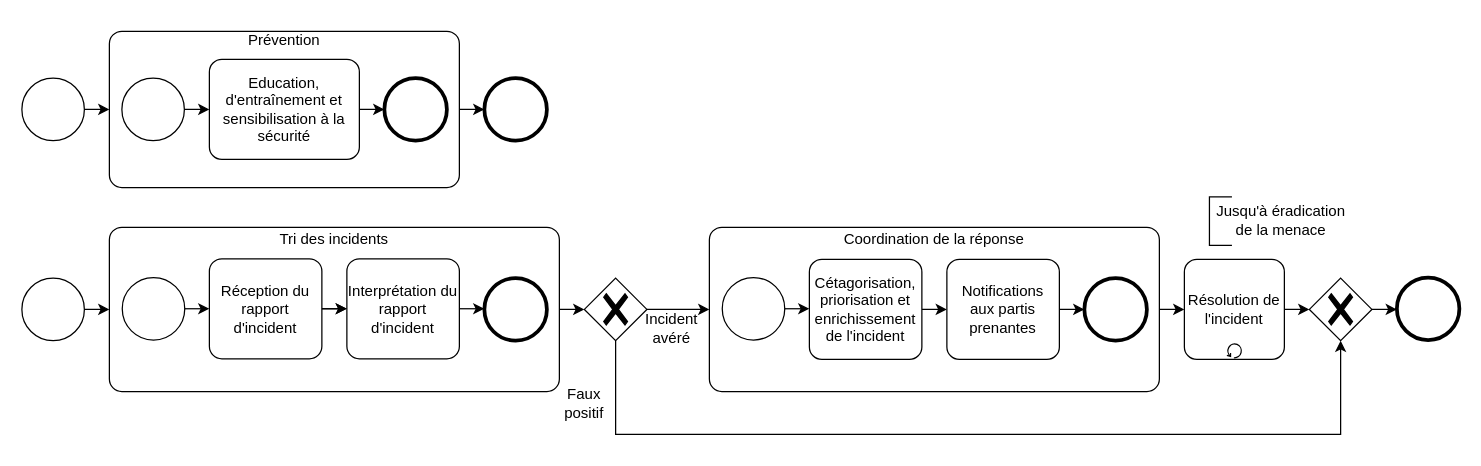
netmme/cyber-diagramme-d-activites keeps this draw.io diagram as Untitled Diagram.drawio. Above is the earlier version. Source tidied: cells renumbered, new cells numbered last; positions are measured from the earlier drawing's top-left corner, leaving out a move shared by most shapes. Both pictures are drawn from the tidied source at 125%, with x=0, y=0 at pixel (21, 21).
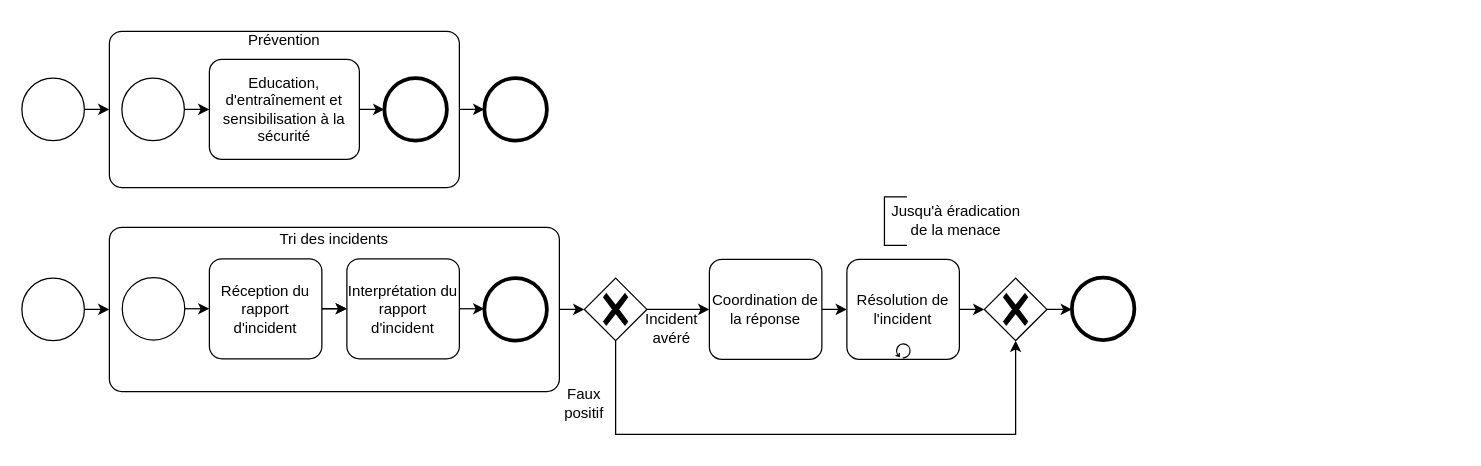
The same diagram, later.

Commit message:
coordination de la réponse enlevée pour plus de cohérence

The change refers to these unchanged cells:
```xml
<mxCell id="10" style="points=[[0.25,0.25,0],[0.5,0,0],[0.75,0.25,0],[1,0.5,0],[0.75,0.75,0],[0.5,1,0],[0.25,0.75,0],[0,0.5,0]];shape=mxgraph.bpmn.gateway2;html=1;verticalLabelPosition=bottom;labelBackgroundColor=#ffffff;verticalAlign=top;align=center;perimeter=rhombusPerimeter;outlineConnect=0;outline=none;symbol=none;gwType=exclusive;" parent="1" vertex="1">
  <mxGeometry x="450" y="205" width="50" height="50" as="geometry" />
</mxCell>
```

Diff of the diagram source:
```diff
@@
-    <mxCell id="2" style="points=[[0.25,0,0],[0.5,0,0],[0.75,0,0],[1,0.25,0],[1,0.5,0],[1,0.75,0],[0.75,1,0],[0.5,1,0],[0.25,1,0],[0,0.75,0],[0,0.5,0],[0,0.25,0]];shape=mxgraph.bpmn.task;whiteSpace=wrap;rectStyle=rounded;size=10;html=1;taskMarker=abstract;" parent="1" vertex="1">
-      <mxGeometry x="550" y="164.3" width="360" height="131.4" as="geometry" />
+    <mxCell id="2" value="Coordination de la réponse" style="points=[[0.25,0,0],[0.5,0,0],[0.75,0,0],[1,0.25,0],[1,0.5,0],[1,0.75,0],[0.75,1,0],[0.5,1,0],[0.25,1,0],[0,0.75,0],[0,0.5,0],[0,0.25,0]];shape=mxgraph.bpmn.task;whiteSpace=wrap;rectStyle=rounded;size=10;html=1;taskMarker=abstract;" parent="1" vertex="1">
+      <mxGeometry x="550" y="190" width="90" height="80" as="geometry" />
     </mxCell>
-    <mxCell id="3" style="points=[[0.145,0.145,0],[0.5,0,0],[0.855,0.145,0],[1,0.5,0],[0.855,0.855,0],[0.5,1,0],[0.145,0.855,0],[0,0.5,0]];shape=mxgraph.bpmn.event;html=1;verticalLabelPosition=bottom;labelBackgroundColor=#ffffff;verticalAlign=top;align=center;perimeter=ellipsePerimeter;outlineConnect=0;outline=standard;symbol=general;" parent="2" vertex="1">
-      <mxGeometry x="10.3" y="40.2" width="50" height="50" as="geometry" />
-    </mxCell>
-    <mxCell id="4" style="shape=mxgraph.bpmn.event;html=1;verticalLabelPosition=bottom;labelBackgroundColor=#ffffff;verticalAlign=top;align=center;perimeter=ellipsePerimeter;outline=end;symbol=terminate2;" parent="2" vertex="1">
-      <mxGeometry x="300" y="40.7" width="50" height="50" as="geometry" />
-    </mxCell>
-    <mxCell id="5" value="Coordination de la réponse" style="text;html=1;strokeColor=none;fillColor=none;align=center;verticalAlign=middle;whiteSpace=wrap;rounded=0;" parent="2" vertex="1">
-      <mxGeometry x="100" y="-5" width="160" height="30" as="geometry" />
-    </mxCell>
@@
     <mxCell id="7" style="points=[[0.25,0.25,0],[0.5,0,0],[0.75,0.25,0],[1,0.5,0],[0.75,0.75,0],[0.5,1,0],[0.25,0.75,0],[0,0.5,0]];shape=mxgraph.bpmn.gateway2;html=1;verticalLabelPosition=bottom;labelBackgroundColor=#ffffff;verticalAlign=top;align=center;perimeter=rhombusPerimeter;outlineConnect=0;outline=none;symbol=none;gwType=exclusive;" parent="1" vertex="1">
-      <mxGeometry x="1030" y="205" width="50" height="50" as="geometry" />
+      <mxGeometry x="770" y="205" width="50" height="50" as="geometry" />
     </mxCell>
     <mxCell id="8" style="edgeStyle=orthogonalEdgeStyle;rounded=0;jettySize=auto;html=1;exitX=0.5;exitY=1;exitDx=0;exitDy=0;exitPerimeter=0;entryX=0.5;entryY=1;entryDx=0;entryDy=0;entryPerimeter=0;" parent="1" edge="1" source="10" target="7">
       <mxGeometry relative="1" as="geometry">
         <Array as="points">
           <mxPoint x="475" y="330" />
-          <mxPoint x="1055" y="330" />
+          <mxPoint x="795" y="330" />
         </Array>
       </mxGeometry>
     </mxCell>
@@
-    <mxCell id="11" style="edgeStyle=orthogonalEdgeStyle;rounded=0;jettySize=auto;html=1;exitX=1;exitY=0.5;exitDx=0;exitDy=0;exitPerimeter=0;entryX=0;entryY=0.5;entryDx=0;entryDy=0;entryPerimeter=0;" parent="1" edge="1" source="12" target="14">
-      <mxGeometry relative="1" as="geometry" />
-    </mxCell>
-    <mxCell id="12" value="Cétagorisation, priorisation et enrichissement de l'incident" style="points=[[0.25,0,0],[0.5,0,0],[0.75,0,0],[1,0.25,0],[1,0.5,0],[1,0.75,0],[0.75,1,0],[0.5,1,0],[0.25,1,0],[0,0.75,0],[0,0.5,0],[0,0.25,0]];shape=mxgraph.bpmn.task;whiteSpace=wrap;rectStyle=rounded;size=10;html=1;taskMarker=abstract;" parent="1" vertex="1">
-      <mxGeometry x="630" y="190" width="90" height="80" as="geometry" />
-    </mxCell>
-    <mxCell id="13" style="edgeStyle=orthogonalEdgeStyle;rounded=0;jettySize=auto;html=1;exitX=1;exitY=0.5;exitDx=0;exitDy=0;exitPerimeter=0;entryX=0;entryY=0.5;entryDx=0;entryDy=0;entryPerimeter=0;" parent="1" edge="1" source="14">
-      <mxGeometry relative="1" as="geometry">
-        <mxPoint x="850" y="230" as="targetPoint" />
-      </mxGeometry>
-    </mxCell>
-    <mxCell id="14" value="Notifications aux partis prenantes" style="points=[[0.25,0,0],[0.5,0,0],[0.75,0,0],[1,0.25,0],[1,0.5,0],[1,0.75,0],[0.75,1,0],[0.5,1,0],[0.25,1,0],[0,0.75,0],[0,0.5,0],[0,0.25,0]];shape=mxgraph.bpmn.task;whiteSpace=wrap;rectStyle=rounded;size=10;html=1;taskMarker=abstract;" parent="1" vertex="1">
-      <mxGeometry x="740" y="190" width="90" height="80" as="geometry" />
-    </mxCell>
@@
     <mxCell id="17" value="Résolution de l'incident" style="points=[[0.25,0,0],[0.5,0,0],[0.75,0,0],[1,0.25,0],[1,0.5,0],[1,0.75,0],[0.75,1,0],[0.5,1,0],[0.25,1,0],[0,0.75,0],[0,0.5,0],[0,0.25,0]];shape=mxgraph.bpmn.task;whiteSpace=wrap;rectStyle=rounded;size=10;html=1;taskMarker=abstract;isLoopStandard=1;" parent="1" vertex="1">
-      <mxGeometry x="930" y="190" width="80" height="80" as="geometry" />
+      <mxGeometry x="660" y="190" width="90" height="80" as="geometry" />
     </mxCell>
@@
     <mxCell id="23" style="group;" parent="1" vertex="1">
-      <mxGeometry x="950" y="140" width="115" height="38.8" as="geometry" />
+      <mxGeometry x="690" y="140" width="115" height="38.8" as="geometry" />
     </mxCell>
@@
-    <mxCell id="50" style="edgeStyle=orthogonalEdgeStyle;rounded=0;jettySize=auto;html=1;exitX=1;exitY=0.5;exitDx=0;exitDy=0;exitPerimeter=0;entryX=0;entryY=0.5;entryDx=0;entryDy=0;entryPerimeter=0;" parent="1" edge="1" source="3" target="12">
-      <mxGeometry relative="1" as="geometry" />
-    </mxCell>
     <mxCell id="51" style="points=[[0.145,0.145,0],[0.5,0,0],[0.855,0.145,0],[1,0.5,0],[0.855,0.855,0],[0.5,1,0],[0.145,0.855,0],[0,0.5,0]];shape=mxgraph.bpmn.event;html=1;verticalLabelPosition=bottom;labelBackgroundColor=#ffffff;verticalAlign=top;align=center;perimeter=ellipsePerimeter;outlineConnect=0;outline=end;symbol=terminate2;" parent="1" vertex="1">
-      <mxGeometry x="1100" y="204.5" width="50" height="50" as="geometry" />
+      <mxGeometry x="840" y="204.5" width="50" height="50" as="geometry" />
     </mxCell>
```
